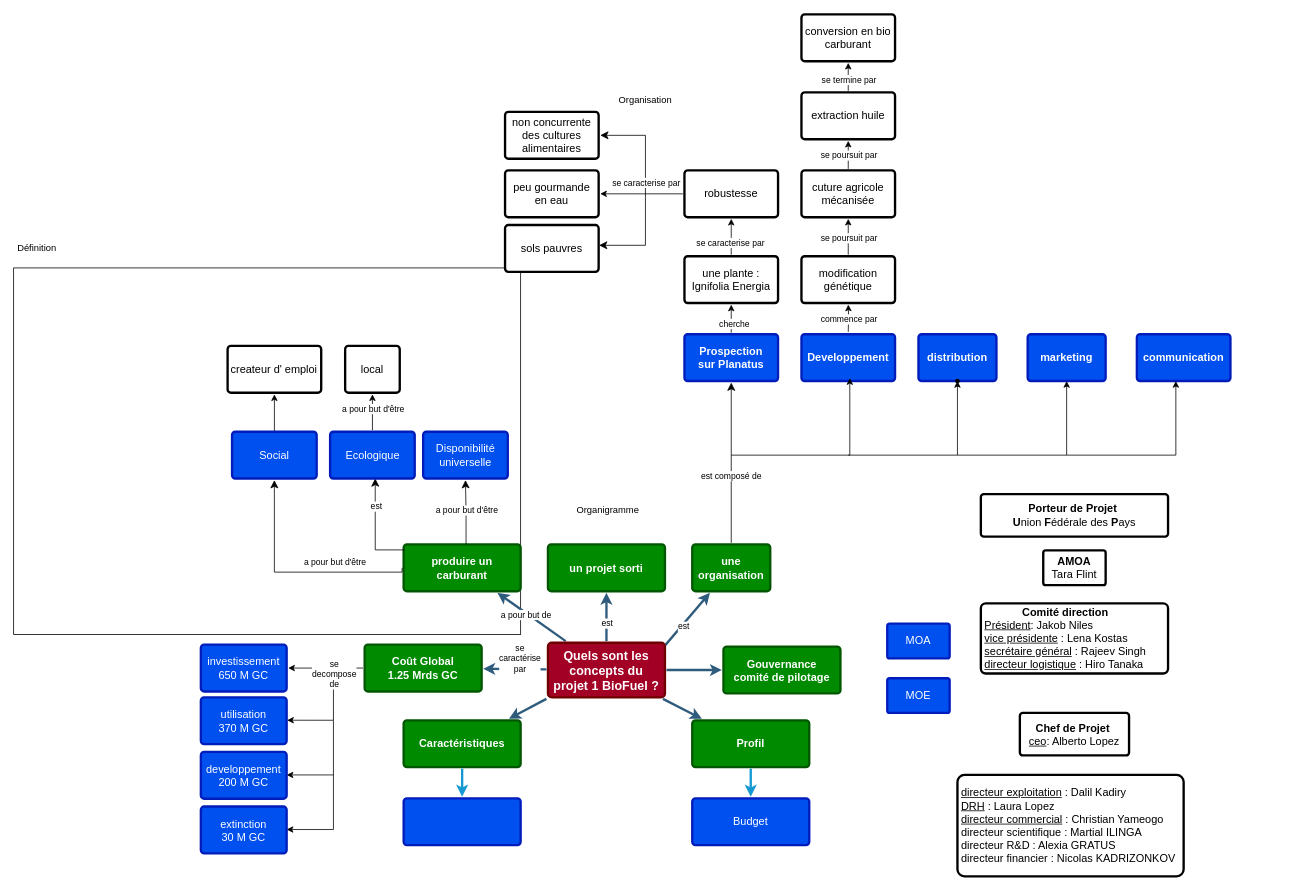
Earlier version of the draw.io diagram Diagramme sans nom.drawio (GillesSuivre/GestionProjet). Source tidied: cells renumbered, new cells numbered last; positions are measured from the earlier drawing's top-left corner, leaving out a move shared by most shapes. Both pictures are drawn from the tidied source at 78%, with x=0, y=0 at pixel (13, 14).
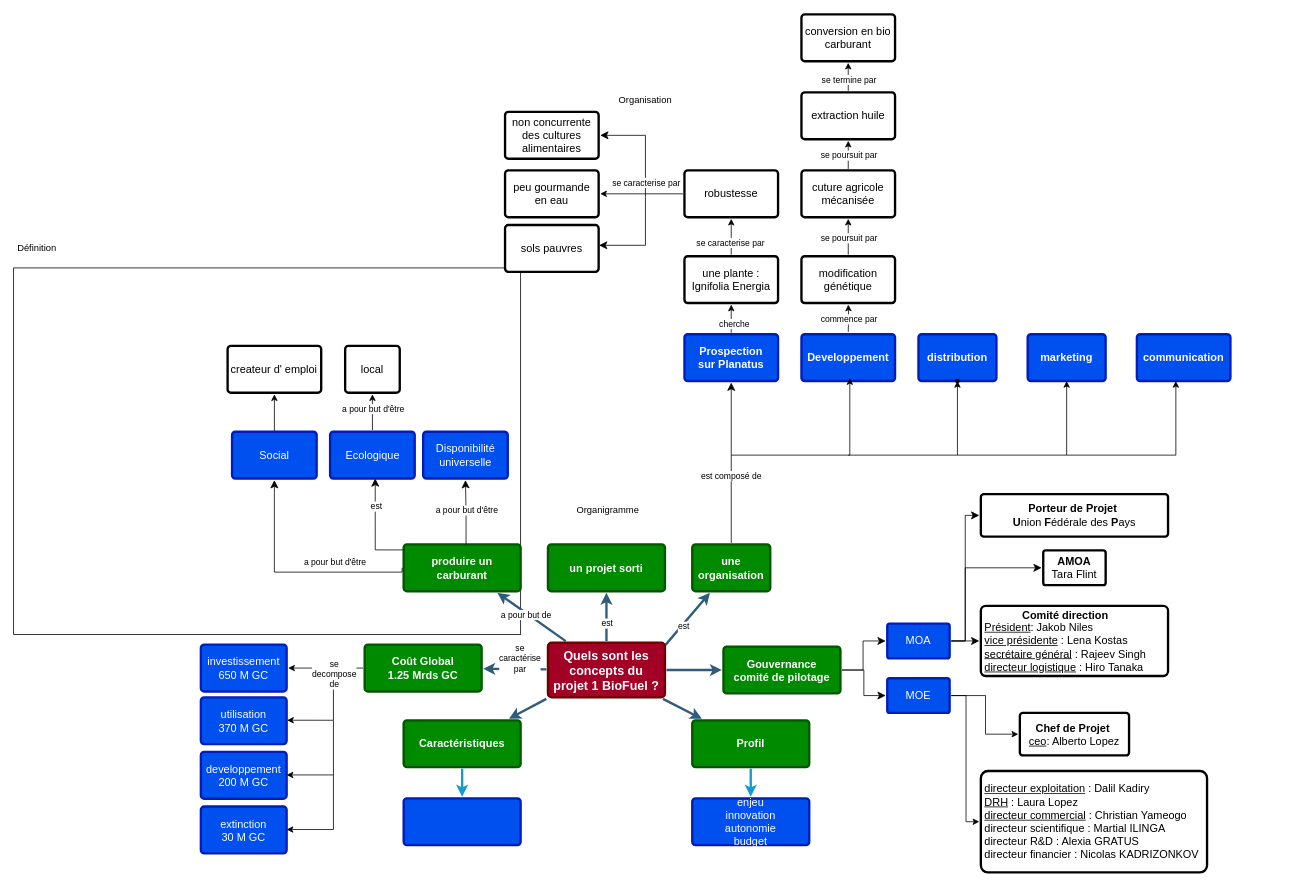
The same page after the edit.

Commit message:
Mettre à jour Livrable1.drawio

The change refers to these unchanged cells:
```xml
<mxCell id="21" value="Gouvernance&lt;br&gt;comité de pilotage" style="rounded=1;whiteSpace=wrap;html=1;shadow=0;labelBackgroundColor=none;strokeColor=#005700;strokeWidth=3;fillColor=#008a00;fontFamily=Helvetica;fontSize=14;fontColor=#ffffff;align=center;spacing=5;fontStyle=1;arcSize=7;perimeterSpacing=2;" parent="1" vertex="1">
  <mxGeometry x="910" y="810.5" width="150" height="60" as="geometry" />
</mxCell>
<mxCell id="43" value="MOA" style="rounded=1;whiteSpace=wrap;html=1;shadow=0;labelBackgroundColor=none;strokeColor=#001DBC;strokeWidth=3;fillColor=#0050ef;fontFamily=Helvetica;fontSize=14;fontColor=#ffffff;align=center;spacing=5;fontStyle=0;arcSize=7;perimeterSpacing=2;" parent="1" vertex="1">
  <mxGeometry x="1120" y="781" width="80" height="44.5" as="geometry" />
</mxCell>
<mxCell id="44" value="MOE" style="rounded=1;whiteSpace=wrap;html=1;shadow=0;labelBackgroundColor=none;strokeColor=#001DBC;strokeWidth=3;fillColor=#0050ef;fontFamily=Helvetica;fontSize=14;fontColor=#ffffff;align=center;spacing=5;fontStyle=0;arcSize=7;perimeterSpacing=2;" parent="1" vertex="1">
  <mxGeometry x="1120" y="851" width="80" height="44.5" as="geometry" />
</mxCell>
<mxCell id="45" value="&lt;b&gt;AMOA&lt;/b&gt; &lt;br&gt;Tara Flint" style="rounded=1;whiteSpace=wrap;html=1;shadow=0;labelBackgroundColor=none;strokeWidth=3;fontFamily=Helvetica;fontSize=14;align=center;spacing=5;fontStyle=0;arcSize=7;perimeterSpacing=2;" parent="1" vertex="1">
  <mxGeometry x="1320" y="687.2" width="80" height="44.5" as="geometry" />
</mxCell>
<mxCell id="47" value="&lt;div&gt;&lt;b&gt;Porteur de Projet&lt;/b&gt;&amp;nbsp;&lt;/div&gt;&lt;div&gt;&lt;b&gt;U&lt;/b&gt;nion &lt;b&gt;F&lt;/b&gt;édérale des &lt;b&gt;P&lt;/b&gt;ays&lt;/div&gt;" style="rounded=1;whiteSpace=wrap;html=1;shadow=0;labelBackgroundColor=none;strokeWidth=3;fontFamily=Helvetica;fontSize=14;align=center;spacing=5;fontStyle=0;arcSize=7;perimeterSpacing=2;" parent="1" vertex="1">
  <mxGeometry x="1240" y="615" width="240" height="54.5" as="geometry" />
</mxCell>
<mxCell id="49" value="&lt;div&gt;&lt;b&gt;Chef de Projet&lt;/b&gt;&amp;nbsp;&lt;/div&gt;&lt;div align=&quot;left&quot;&gt;&lt;u&gt;ceo&lt;/u&gt;: Alberto Lopez&lt;/div&gt;" style="rounded=1;whiteSpace=wrap;html=1;shadow=0;labelBackgroundColor=none;strokeWidth=3;fontFamily=Helvetica;fontSize=14;align=center;spacing=5;fontStyle=0;arcSize=7;perimeterSpacing=2;" parent="1" vertex="1">
  <mxGeometry x="1290" y="895.5" width="140" height="54.5" as="geometry" />
</mxCell>
```

The edit, as a diff of the source:
```diff
@@
-    <mxCell id="14" value="Budget" style="rounded=1;whiteSpace=wrap;html=1;shadow=0;labelBackgroundColor=none;strokeColor=#001DBC;strokeWidth=3;fillColor=#0050ef;fontFamily=Helvetica;fontSize=14;fontColor=#ffffff;align=center;spacing=5;arcSize=7;perimeterSpacing=2;" parent="1" vertex="1">
+    <mxCell id="14" value="enjeu&lt;br&gt;innovation&lt;br&gt;autonomie&lt;br&gt;budget" style="rounded=1;whiteSpace=wrap;html=1;shadow=0;labelBackgroundColor=none;strokeColor=#001DBC;strokeWidth=3;fillColor=#0050ef;fontFamily=Helvetica;fontSize=14;fontColor=#ffffff;align=center;spacing=5;arcSize=7;perimeterSpacing=2;" parent="1" vertex="1">
       <mxGeometry x="870" y="1005" width="150" height="60" as="geometry" />
     </mxCell>
@@
+    <mxCell id="99" style="edgeStyle=elbowEdgeStyle;rounded=0;jettySize=auto;html=1;exitX=1;exitY=0.5;exitDx=0;exitDy=0;" parent="1" edge="1" source="44" target="49">
+      <mxGeometry relative="1" as="geometry" />
+    </mxCell>
@@
     <mxCell id="46" value="&lt;div align=&quot;center&quot;&gt;&lt;b&gt;Comité direction &lt;/b&gt;&lt;/div&gt;&lt;div&gt;&lt;u&gt;Président&lt;/u&gt;: Jakob Niles&lt;/div&gt;&lt;div&gt;&lt;u&gt;vice présidente&lt;/u&gt; : Lena Kostas&lt;/div&gt;&lt;div&gt;&lt;u&gt;secrétaire général&lt;/u&gt; : Rajeev Singh&lt;br&gt;&lt;u&gt;directeur logistique&lt;/u&gt; : Hiro Tanaka&lt;br&gt;&lt;/div&gt;" style="rounded=1;whiteSpace=wrap;html=1;shadow=0;labelBackgroundColor=none;strokeWidth=3;fontFamily=Helvetica;fontSize=14;align=left;spacing=5;fontStyle=0;arcSize=7;perimeterSpacing=2;" parent="1" vertex="1">
-      <mxGeometry x="1240" y="755" width="240" height="90" as="geometry" />
+      <mxGeometry x="1240" y="758.2" width="240" height="90" as="geometry" />
     </mxCell>
@@
     <mxCell id="48" value="&lt;div&gt;&lt;u&gt;directeur exploitation&lt;/u&gt; : Dalil Kadiry&lt;br&gt;&lt;/div&gt;&lt;div&gt;&lt;u&gt;DRH&lt;/u&gt; : Laura Lopez&lt;br&gt;&lt;u&gt;directeur commercial&lt;/u&gt; : Christian Yameogo&lt;/div&gt;&lt;div&gt;directeur scientifique : Martial ILINGA&lt;/div&gt;&lt;div&gt;directeur R&amp;amp;D : Alexia GRATUS&lt;/div&gt;&lt;div&gt;directeur financier : Nicolas KADRIZONKOV&lt;br&gt;&lt;/div&gt;" style="rounded=1;whiteSpace=wrap;html=1;shadow=0;labelBackgroundColor=none;strokeWidth=3;fontFamily=Helvetica;fontSize=14;align=left;spacing=5;fontStyle=0;arcSize=7;perimeterSpacing=2;" parent="1" vertex="1">
-      <mxGeometry x="1210" y="975" width="290" height="130" as="geometry" />
+      <mxGeometry x="1240" y="970" width="290" height="130" as="geometry" />
     </mxCell>
@@
+    <mxCell id="100" style="edgeStyle=elbowEdgeStyle;elbow=horizontal;endArrow=classic;html=1;curved=0;rounded=0;endSize=8;startSize=8;exitX=1;exitY=0.5;exitDx=0;exitDy=0;entryX=0;entryY=0.5;entryDx=0;entryDy=0;" parent="1" edge="1" source="43" target="45">
+      <mxGeometry relative="1" as="geometry">
+        <Array as="points">
+          <mxPoint x="1220" y="765" />
+        </Array>
+      </mxGeometry>
+    </mxCell>
+    <mxCell id="101" style="edgeStyle=elbowEdgeStyle;elbow=horizontal;endArrow=classic;html=1;curved=0;rounded=0;endSize=8;startSize=8;exitX=1;exitY=0.5;exitDx=0;exitDy=0;" parent="1" edge="1" source="43" target="46">
+      <mxGeometry relative="1" as="geometry" />
+    </mxCell>
+    <mxCell id="102" style="edgeStyle=elbowEdgeStyle;elbow=horizontal;endArrow=classic;html=1;curved=0;rounded=0;endSize=8;startSize=8;exitX=1;exitY=0.5;exitDx=0;exitDy=0;entryX=0;entryY=0.5;entryDx=0;entryDy=0;" parent="1" edge="1" source="43" target="47">
+      <mxGeometry relative="1" as="geometry" />
+    </mxCell>
+    <mxCell id="103" style="edgeStyle=elbowEdgeStyle;elbow=horizontal;endArrow=classic;html=1;curved=0;rounded=0;endSize=8;startSize=8;entryX=0;entryY=0.5;entryDx=0;entryDy=0;" parent="1" edge="1" source="21" target="43">
+      <mxGeometry relative="1" as="geometry" />
+    </mxCell>
+    <mxCell id="104" style="edgeStyle=elbowEdgeStyle;elbow=horizontal;endArrow=classic;html=1;curved=0;rounded=0;endSize=8;startSize=8;entryX=0;entryY=0.5;entryDx=0;entryDy=0;exitX=1;exitY=0.5;exitDx=0;exitDy=0;" parent="1" edge="1" source="21" target="44">
+      <mxGeometry relative="1" as="geometry">
+        <Array as="points">
+          <mxPoint x="1090" y="865" />
+        </Array>
+      </mxGeometry>
+    </mxCell>
+    <mxCell id="105" style="edgeStyle=elbowEdgeStyle;rounded=0;jettySize=auto;html=1;exitX=1;exitY=0.5;exitDx=0;exitDy=0;" parent="1" edge="1" source="44" target="48">
+      <mxGeometry relative="1" as="geometry" />
+    </mxCell>
```
